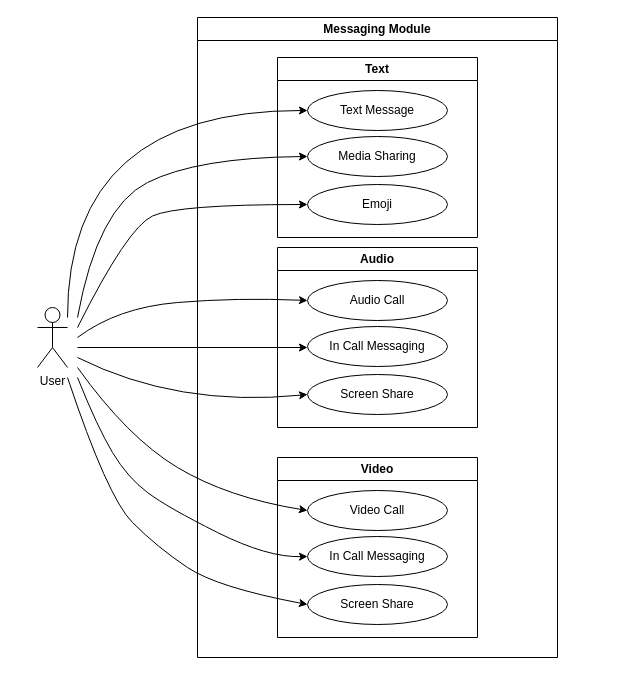
The draw.io diagram Usecase Diagram/Messaging Module.drawio in Harshul1484/BMP-, before the edit. Source tidied: cells renumbered, new cells numbered last; positions are measured from the earlier drawing's top-left corner, leaving out a move shared by most shapes. Both pictures are drawn from the tidied source at 100%, with x=0, y=0 at pixel (37, 17).
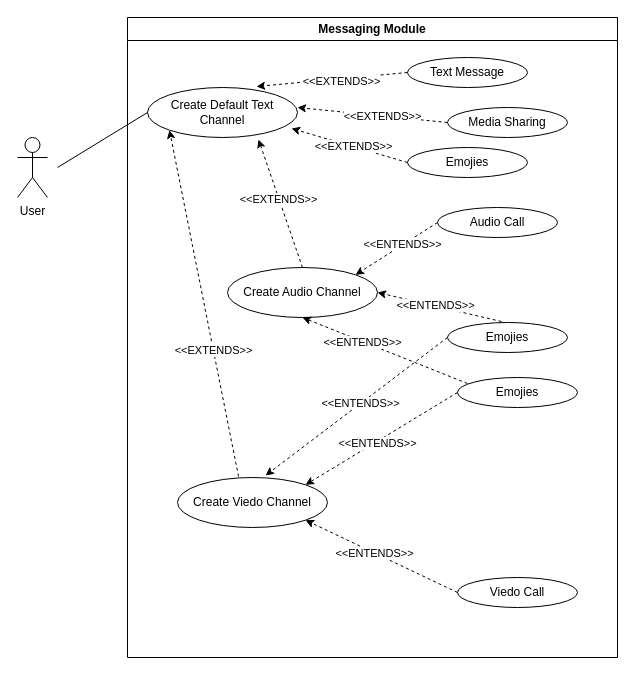
The same diagram, later.

The edit, as a diff of the source:
```diff
@@
     <mxCell id="2" value="Messaging Module" style="swimlane;whiteSpace=wrap;html=1;" parent="1" vertex="1">
-      <mxGeometry x="160" width="360" height="640" as="geometry" />
+      <mxGeometry x="90" width="490" height="640" as="geometry" />
     </mxCell>
-    <mxCell id="3" value="Text" style="swimlane;whiteSpace=wrap;html=1;" parent="2" vertex="1">
-      <mxGeometry x="80" y="40" width="200" height="180" as="geometry" />
-    </mxCell>
-    <mxCell id="4" value="Emoji" style="ellipse;whiteSpace=wrap;html=1;" parent="3" vertex="1">
-      <mxGeometry x="30" y="127" width="140" height="40" as="geometry" />
-    </mxCell>
+    <mxCell id="25" value="Create Default Text Channel" style="ellipse;whiteSpace=wrap;html=1;" parent="2" vertex="1">
+      <mxGeometry x="20" y="70" width="150" height="50" as="geometry" />
+    </mxCell>
+    <mxCell id="6" value="Text Message" style="ellipse;whiteSpace=wrap;html=1;" parent="2" vertex="1">
+      <mxGeometry x="280" y="40" width="120" height="30" as="geometry" />
+    </mxCell>
-    <mxCell id="5" value="Media Sharing" style="ellipse;whiteSpace=wrap;html=1;" parent="3" vertex="1">
-      <mxGeometry x="30" y="79" width="140" height="40" as="geometry" />
+    <mxCell id="5" value="Media Sharing" style="ellipse;whiteSpace=wrap;html=1;" parent="2" vertex="1">
+      <mxGeometry x="320" y="90" width="120" height="30" as="geometry" />
     </mxCell>
-    <mxCell id="6" value="Text Message" style="ellipse;whiteSpace=wrap;html=1;" parent="3" vertex="1">
-      <mxGeometry x="30" y="33" width="140" height="40" as="geometry" />
-    </mxCell>
-    <mxCell id="7" value="Audio" style="swimlane;whiteSpace=wrap;html=1;" parent="2" vertex="1">
-      <mxGeometry x="80" y="230" width="200" height="180" as="geometry" />
-    </mxCell>
-    <mxCell id="8" value="Screen Share" style="ellipse;whiteSpace=wrap;html=1;" parent="7" vertex="1">
-      <mxGeometry x="30" y="127" width="140" height="40" as="geometry" />
-    </mxCell>
-    <mxCell id="9" value="In Call Messaging" style="ellipse;whiteSpace=wrap;html=1;" parent="7" vertex="1">
-      <mxGeometry x="30" y="79" width="140" height="40" as="geometry" />
-    </mxCell>
+    <mxCell id="26" value="Emojies" style="ellipse;whiteSpace=wrap;html=1;" parent="2" vertex="1">
+      <mxGeometry x="280" y="130" width="120" height="30" as="geometry" />
+    </mxCell>
+    <mxCell id="27" value="Create Audio Channel" style="ellipse;whiteSpace=wrap;html=1;" parent="2" vertex="1">
+      <mxGeometry x="100" y="250" width="150" height="50" as="geometry" />
+    </mxCell>
+    <mxCell id="28" value="Create Viedo Channel" style="ellipse;whiteSpace=wrap;html=1;" parent="2" vertex="1">
+      <mxGeometry x="50" y="460" width="150" height="50" as="geometry" />
+    </mxCell>
-    <mxCell id="10" value="Audio Call" style="ellipse;whiteSpace=wrap;html=1;" parent="7" vertex="1">
-      <mxGeometry x="30" y="33" width="140" height="40" as="geometry" />
+    <mxCell id="10" value="Audio Call" style="ellipse;whiteSpace=wrap;html=1;" parent="2" vertex="1">
+      <mxGeometry x="310" y="190" width="120" height="30" as="geometry" />
     </mxCell>
-    <mxCell id="11" value="Video" style="swimlane;whiteSpace=wrap;html=1;" parent="2" vertex="1">
-      <mxGeometry x="80" y="440" width="200" height="180" as="geometry" />
-    </mxCell>
-    <mxCell id="12" value="Screen Share" style="ellipse;whiteSpace=wrap;html=1;" parent="11" vertex="1">
-      <mxGeometry x="30" y="127" width="140" height="40" as="geometry" />
-    </mxCell>
-    <mxCell id="13" value="In Call Messaging" style="ellipse;whiteSpace=wrap;html=1;" parent="11" vertex="1">
-      <mxGeometry x="30" y="79" width="140" height="40" as="geometry" />
-    </mxCell>
-    <mxCell id="14" value="Video Call" style="ellipse;whiteSpace=wrap;html=1;" parent="11" vertex="1">
-      <mxGeometry x="30" y="33" width="140" height="40" as="geometry" />
-    </mxCell>
-    <mxCell id="15" style="curved=1;endArrow=classic;html=1;rounded=0;entryX=0;entryY=0.5;entryDx=0;entryDy=0;" parent="1" edge="1" target="6">
-      <mxGeometry relative="1" as="geometry">
-        <mxPoint x="30" y="300" as="sourcePoint" />
-        <Array as="points">
-          <mxPoint x="30" y="93" />
-        </Array>
-      </mxGeometry>
-    </mxCell>
-    <mxCell id="16" style="curved=1;endArrow=classic;html=1;rounded=0;entryX=0;entryY=0.5;entryDx=0;entryDy=0;" parent="1" edge="1" target="5">
-      <mxGeometry relative="1" as="geometry">
-        <mxPoint x="40" y="300" as="sourcePoint" />
-        <Array as="points">
-          <mxPoint x="60" y="190" />
-          <mxPoint x="160" y="140" />
-        </Array>
-      </mxGeometry>
-    </mxCell>
-    <mxCell id="17" style="curved=1;endArrow=classic;html=1;rounded=0;entryX=0;entryY=0.5;entryDx=0;entryDy=0;" parent="1" edge="1" target="4">
-      <mxGeometry relative="1" as="geometry">
-        <mxPoint x="40" y="310" as="sourcePoint" />
-        <Array as="points">
-          <mxPoint x="90" y="210" />
-          <mxPoint x="140" y="187" />
-        </Array>
-      </mxGeometry>
-    </mxCell>
-    <mxCell id="18" style="endArrow=classic;html=1;rounded=0;" parent="1" edge="1">
-      <mxGeometry relative="1" as="geometry">
-        <mxPoint x="40" y="330" as="sourcePoint" />
-        <mxPoint x="270" y="330" as="targetPoint" />
-      </mxGeometry>
-    </mxCell>
-    <mxCell id="19" style="curved=1;endArrow=classic;html=1;rounded=0;entryX=0;entryY=0.5;entryDx=0;entryDy=0;" parent="1" edge="1" target="10">
-      <mxGeometry relative="1" as="geometry">
-        <mxPoint x="40" y="320" as="sourcePoint" />
-        <Array as="points">
-          <mxPoint x="80" y="290" />
-          <mxPoint x="200" y="280" />
-        </Array>
-      </mxGeometry>
-    </mxCell>
-    <mxCell id="20" style="curved=1;endArrow=classic;html=1;rounded=0;entryX=0;entryY=0.5;entryDx=0;entryDy=0;" parent="1" edge="1" target="8">
-      <mxGeometry relative="1" as="geometry">
-        <mxPoint x="40" y="340" as="sourcePoint" />
-        <Array as="points">
-          <mxPoint x="140" y="390" />
-        </Array>
-      </mxGeometry>
-    </mxCell>
-    <mxCell id="21" style="curved=1;endArrow=classic;html=1;rounded=0;entryX=0;entryY=0.5;entryDx=0;entryDy=0;" parent="1" edge="1" target="14">
-      <mxGeometry relative="1" as="geometry">
-        <mxPoint x="40" y="350" as="sourcePoint" />
-        <Array as="points">
-          <mxPoint x="90" y="420" />
-          <mxPoint x="190" y="480" />
-        </Array>
-      </mxGeometry>
-    </mxCell>
-    <mxCell id="22" style="curved=1;endArrow=classic;html=1;rounded=0;entryX=0;entryY=0.5;entryDx=0;entryDy=0;" parent="1" edge="1" target="13">
-      <mxGeometry relative="1" as="geometry">
-        <mxPoint x="40" y="360" as="sourcePoint" />
-        <Array as="points">
-          <mxPoint x="60" y="410" />
-          <mxPoint x="90" y="460" />
-          <mxPoint x="130" y="490" />
-          <mxPoint x="230" y="540" />
-        </Array>
-      </mxGeometry>
-    </mxCell>
-    <mxCell id="23" style="curved=1;endArrow=classic;html=1;rounded=0;entryX=0;entryY=0.5;entryDx=0;entryDy=0;" parent="1" edge="1" target="12">
-      <mxGeometry relative="1" as="geometry">
-        <mxPoint x="30" y="360" as="sourcePoint" />
-        <Array as="points">
-          <mxPoint x="70" y="480" />
-          <mxPoint x="120" y="530" />
-          <mxPoint x="180" y="570" />
-        </Array>
-      </mxGeometry>
-    </mxCell>
+    <mxCell id="29" value="Emojies" style="ellipse;whiteSpace=wrap;html=1;" parent="2" vertex="1">
+      <mxGeometry x="320" y="305" width="120" height="30" as="geometry" />
+    </mxCell>
+    <mxCell id="30" value="Emojies" style="ellipse;whiteSpace=wrap;html=1;" parent="2" vertex="1">
+      <mxGeometry x="330" y="360" width="120" height="30" as="geometry" />
+    </mxCell>
+    <mxCell id="31" value="Viedo Call" style="ellipse;whiteSpace=wrap;html=1;" parent="2" vertex="1">
+      <mxGeometry x="330" y="560" width="120" height="30" as="geometry" />
+    </mxCell>
+    <mxCell id="32" style="endArrow=classic;html=1;rounded=0;exitX=0;exitY=0.5;exitDx=0;exitDy=0;entryX=0.727;entryY=-0.02;entryDx=0;entryDy=0;entryPerimeter=0;dashed=1;" parent="2" edge="1" source="6" target="25">
+      <mxGeometry relative="1" as="geometry" />
+    </mxCell>
+    <mxCell id="33" value="&amp;lt;&amp;lt;EXTENDS&amp;gt;&amp;gt;" style="edgeLabel;html=1;align=center;verticalAlign=middle;" parent="32" vertex="1">
+      <mxGeometry x="-0.11" y="2" relative="1" as="geometry" />
+    </mxCell>
+    <mxCell id="34" style="endArrow=classic;html=1;rounded=0;exitX=0;exitY=0.5;exitDx=0;exitDy=0;dashed=1;" parent="2" edge="1" source="5">
+      <mxGeometry relative="1" as="geometry">
+        <mxPoint x="170" y="90" as="targetPoint" />
+      </mxGeometry>
+    </mxCell>
+    <mxCell id="35" value="&amp;lt;&amp;lt;EXTENDS&amp;gt;&amp;gt;" style="edgeLabel;html=1;align=center;verticalAlign=middle;" parent="34" vertex="1">
+      <mxGeometry x="-0.12" relative="1" as="geometry" />
+    </mxCell>
+    <mxCell id="36" style="endArrow=classic;html=1;rounded=0;exitX=0;exitY=0.5;exitDx=0;exitDy=0;entryX=0.96;entryY=0.82;entryDx=0;entryDy=0;entryPerimeter=0;dashed=1;" parent="2" edge="1" source="26" target="25">
+      <mxGeometry relative="1" as="geometry" />
+    </mxCell>
+    <mxCell id="37" value="&amp;lt;&amp;lt;EXTENDS&amp;gt;&amp;gt;" style="edgeLabel;html=1;align=center;verticalAlign=middle;" parent="36" vertex="1">
+      <mxGeometry x="-0.06" y="-1" relative="1" as="geometry" />
+    </mxCell>
+    <mxCell id="38" style="endArrow=classic;html=1;rounded=0;exitX=0;exitY=0.5;exitDx=0;exitDy=0;entryX=1;entryY=0;entryDx=0;entryDy=0;dashed=1;" parent="2" edge="1" source="10" target="27">
+      <mxGeometry relative="1" as="geometry" />
+    </mxCell>
+    <mxCell id="39" value="&amp;lt;&amp;lt;ENTENDS&amp;gt;&amp;gt;" style="edgeLabel;html=1;align=center;verticalAlign=middle;" parent="38" vertex="1">
+      <mxGeometry x="-0.14" y="-1" relative="1" as="geometry" />
+    </mxCell>
+    <mxCell id="40" style="endArrow=classic;html=1;rounded=0;exitX=0.45;exitY=-0.033;exitDx=0;exitDy=0;exitPerimeter=0;entryX=1;entryY=0.5;entryDx=0;entryDy=0;dashed=1;" parent="2" edge="1" source="29" target="27">
+      <mxGeometry relative="1" as="geometry" />
+    </mxCell>
+    <mxCell id="41" value="&amp;lt;&amp;lt;ENTENDS&amp;gt;&amp;gt;" style="edgeLabel;html=1;align=center;verticalAlign=middle;" parent="40" vertex="1">
+      <mxGeometry x="0.05" y="-1" relative="1" as="geometry">
+        <mxPoint x="-1" as="offset" />
+      </mxGeometry>
+    </mxCell>
+    <mxCell id="42" style="endArrow=classic;html=1;rounded=0;exitX=0;exitY=0.5;exitDx=0;exitDy=0;entryX=0.587;entryY=-0.04;entryDx=0;entryDy=0;entryPerimeter=0;dashed=1;" parent="2" edge="1" source="29" target="28">
+      <mxGeometry relative="1" as="geometry" />
+    </mxCell>
+    <mxCell id="43" value="&amp;lt;&amp;lt;ENTENDS&amp;gt;&amp;gt;" style="edgeLabel;html=1;align=center;verticalAlign=middle;" parent="42" vertex="1">
+      <mxGeometry x="-0.05" relative="1" as="geometry">
+        <mxPoint x="-1" as="offset" />
+      </mxGeometry>
+    </mxCell>
+    <mxCell id="44" style="endArrow=classic;html=1;rounded=0;exitX=0;exitY=0.5;exitDx=0;exitDy=0;entryX=1;entryY=0;entryDx=0;entryDy=0;dashed=1;" parent="2" edge="1" source="30" target="28">
+      <mxGeometry relative="1" as="geometry" />
+    </mxCell>
+    <mxCell id="45" value="&amp;lt;&amp;lt;ENTENDS&amp;gt;&amp;gt;" style="edgeLabel;html=1;align=center;verticalAlign=middle;" parent="44" vertex="1">
+      <mxGeometry x="0.07" y="1" relative="1" as="geometry" />
+    </mxCell>
+    <mxCell id="46" style="endArrow=classic;html=1;rounded=0;exitX=0.083;exitY=0.2;exitDx=0;exitDy=0;exitPerimeter=0;entryX=0.5;entryY=1;entryDx=0;entryDy=0;dashed=1;" parent="2" edge="1" source="30" target="27">
+      <mxGeometry relative="1" as="geometry" />
+    </mxCell>
+    <mxCell id="47" value="&amp;lt;&amp;lt;ENTENDS&amp;gt;&amp;gt;" style="edgeLabel;html=1;align=center;verticalAlign=middle;" parent="46" vertex="1">
+      <mxGeometry x="0.27" y="1" relative="1" as="geometry" />
+    </mxCell>
+    <mxCell id="48" style="endArrow=classic;html=1;rounded=0;exitX=0;exitY=0.5;exitDx=0;exitDy=0;entryX=1;entryY=1;entryDx=0;entryDy=0;dashed=1;" parent="2" edge="1" source="31" target="28">
+      <mxGeometry relative="1" as="geometry" />
+    </mxCell>
+    <mxCell id="49" value="&amp;lt;&amp;lt;ENTENDS&amp;gt;&amp;gt;" style="edgeLabel;html=1;align=center;verticalAlign=middle;" parent="48" vertex="1">
+      <mxGeometry x="0.1" relative="1" as="geometry" />
+    </mxCell>
+    <mxCell id="50" style="endArrow=classic;html=1;rounded=0;exitX=0.5;exitY=0;exitDx=0;exitDy=0;entryX=0.74;entryY=1.04;entryDx=0;entryDy=0;entryPerimeter=0;dashed=1;" parent="2" edge="1" source="27" target="25">
+      <mxGeometry relative="1" as="geometry" />
+    </mxCell>
+    <mxCell id="51" value="&amp;lt;&amp;lt;EXTENDS&amp;gt;&amp;gt;" style="edgeLabel;html=1;align=center;verticalAlign=middle;" parent="50" vertex="1">
+      <mxGeometry x="0.08" y="1" relative="1" as="geometry" />
+    </mxCell>
+    <mxCell id="52" style="endArrow=classic;html=1;rounded=0;exitX=0.407;exitY=-0.02;exitDx=0;exitDy=0;exitPerimeter=0;entryX=0;entryY=1;entryDx=0;entryDy=0;dashed=1;" parent="2" edge="1" source="28" target="25">
+      <mxGeometry relative="1" as="geometry" />
+    </mxCell>
+    <mxCell id="53" value="&amp;lt;&amp;lt;EXTENDS&amp;gt;&amp;gt;" style="edgeLabel;html=1;align=center;verticalAlign=middle;" parent="52" vertex="1">
+      <mxGeometry x="-0.27" relative="1" as="geometry" />
+    </mxCell>
     <mxCell id="24" value="User" style="shape=umlActor;verticalLabelPosition=bottom;verticalAlign=top;html=1;" parent="1" vertex="1">
-      <mxGeometry y="290" width="30" height="60" as="geometry" />
+      <mxGeometry x="-20" y="120" width="30" height="60" as="geometry" />
     </mxCell>
+    <mxCell id="54" style="endArrow=none;html=1;rounded=0;entryX=0;entryY=0.5;entryDx=0;entryDy=0;" parent="1" edge="1" target="25">
+      <mxGeometry relative="1" as="geometry">
+        <mxPoint x="20" y="150" as="sourcePoint" />
+      </mxGeometry>
+    </mxCell>
```
